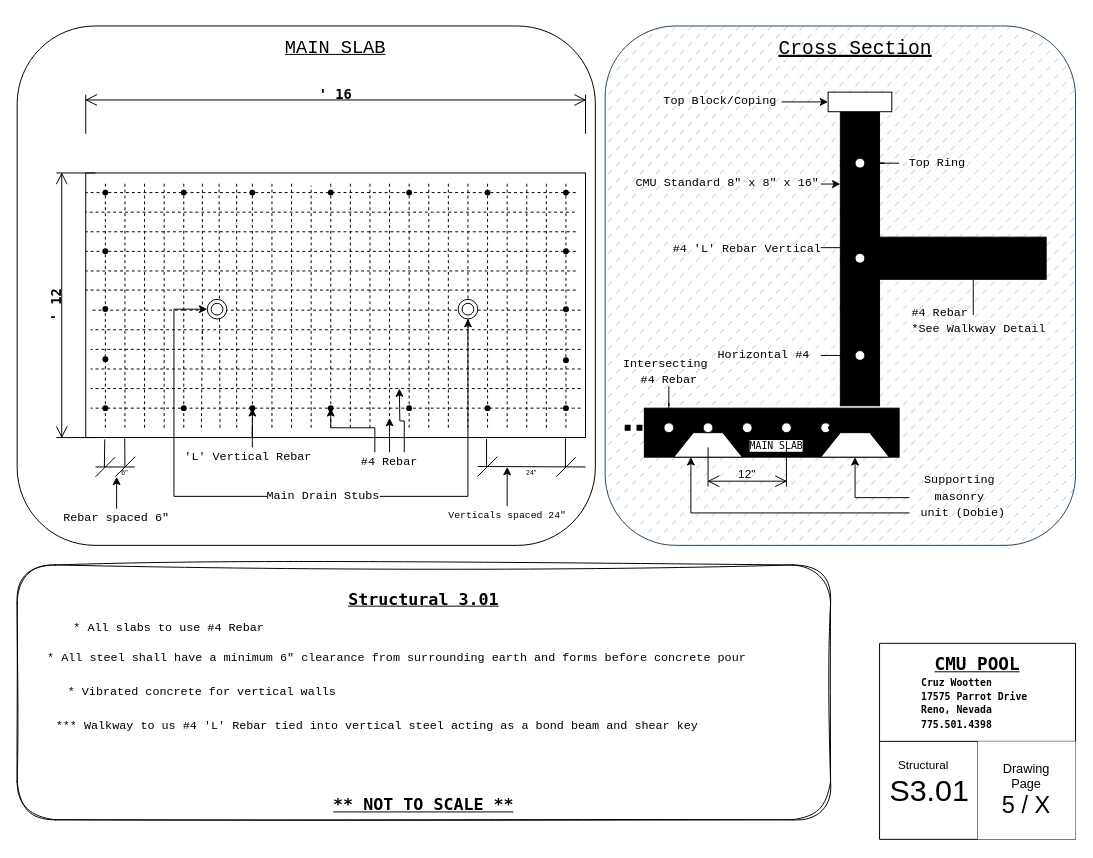
Before: S301.drawio in LilWikipedia/parrotpool, a draw.io diagram. Source tidied: cells renumbered, new cells numbered last; positions are measured from the earlier drawing's top-left corner, leaving out a move shared by most shapes. Both pictures are drawn from the tidied source at 98%, with x=0, y=0 at pixel (17, 25).
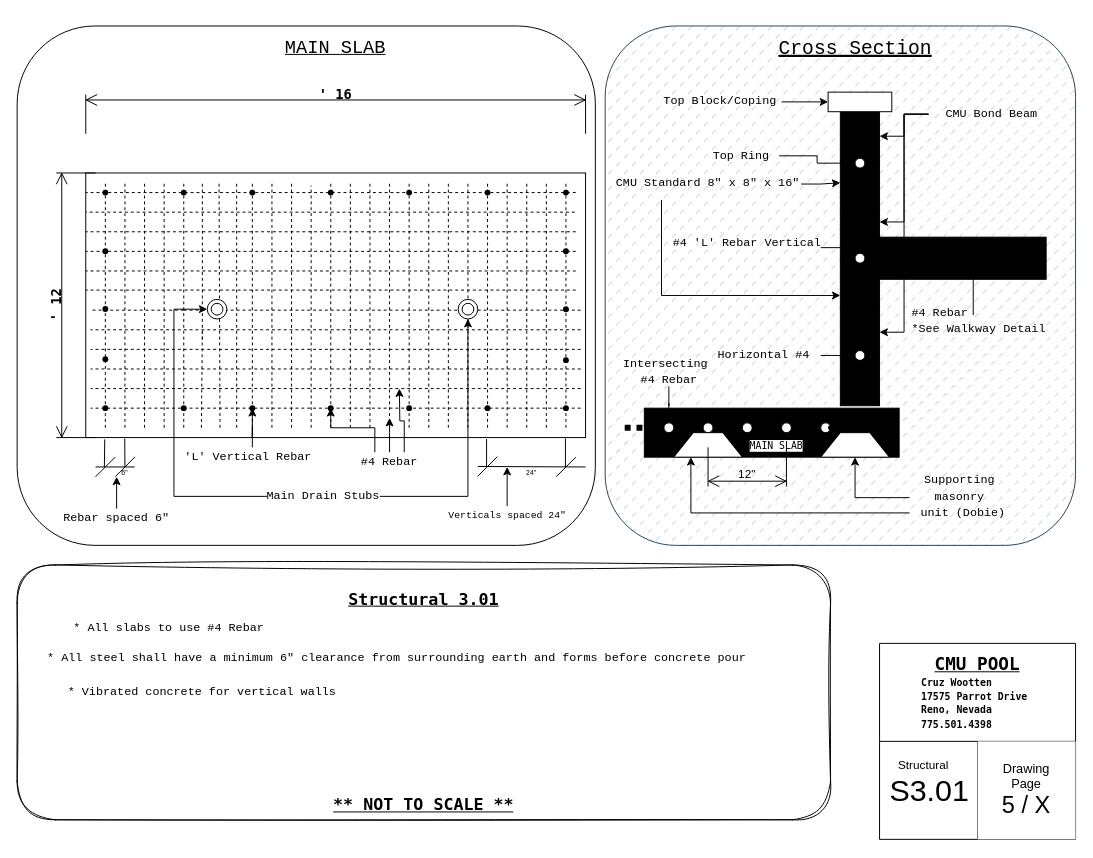
The same page after the edit.

The change refers to these unchanged cells:
```xml
<mxCell id="54" style="rounded=0;whiteSpace=wrap;html=1;fillStyle=cross-hatch;strokeColor=default;align=center;verticalAlign=middle;fontFamily=Helvetica;fontSize=12;fontColor=default;fillColor=light-dark(#FFFFFF,#AEAEAE);" parent="1" vertex="1">
  <mxGeometry x="840" y="87.5" width="40" height="50" as="geometry" />
</mxCell>
<mxCell id="56" style="rounded=0;whiteSpace=wrap;html=1;fillStyle=cross-hatch;strokeColor=default;align=center;verticalAlign=middle;fontFamily=Helvetica;fontSize=12;fontColor=default;fillColor=light-dark(#FFFFFF,#AEAEAE);" parent="1" vertex="1">
  <mxGeometry x="840" y="187.5" width="40" height="50" as="geometry" />
</mxCell>
<mxCell id="57" style="rounded=0;whiteSpace=wrap;html=1;fillStyle=cross-hatch;strokeColor=default;align=center;verticalAlign=middle;fontFamily=Helvetica;fontSize=12;fontColor=default;fillColor=light-dark(#FFFFFF,#AEAEAE);" parent="1" vertex="1">
  <mxGeometry x="840" y="237.5" width="40" height="50" as="geometry" />
</mxCell>
<mxCell id="58" style="rounded=0;whiteSpace=wrap;html=1;fillStyle=cross-hatch;strokeColor=default;align=center;verticalAlign=middle;fontFamily=Helvetica;fontSize=12;fontColor=default;fillColor=light-dark(#FFFFFF,#AEAEAE);" parent="1" vertex="1">
  <mxGeometry x="840" y="287.5" width="40" height="50" as="geometry" />
</mxCell>
<mxCell id="83" style="ellipse;whiteSpace=wrap;html=1;" parent="1" vertex="1">
  <mxGeometry x="855" y="135" width="10" height="10" as="geometry" />
</mxCell>
```

The edit, as a diff of the source:
```diff
@@
+    <mxCell id="154" style="edgeStyle=orthogonalEdgeStyle;rounded=0;jettySize=auto;html=1;exitX=0.25;exitY=1;exitDx=0;exitDy=0;entryX=0;entryY=0.75;entryDx=0;entryDy=0;" parent="1" edge="1" source="64" target="57">
+      <mxGeometry relative="1" as="geometry" />
+    </mxCell>
     <mxCell id="64" value="&lt;pre&gt;CMU Standard 8&quot; x 8&quot; x 16&quot;&lt;/pre&gt;" style="text;html=1;align=center;verticalAlign=middle;whiteSpace=wrap;rounded=0;strokeColor=none;" parent="1" vertex="1">
-      <mxGeometry x="630" y="145" width="190" height="32.5" as="geometry" />
+      <mxGeometry x="610" y="145" width="190" height="32.5" as="geometry" />
     </mxCell>
@@
-    <mxCell id="91" style="edgeStyle=orthogonalEdgeStyle;rounded=0;jettySize=auto;html=1;entryX=1;entryY=0.5;entryDx=0;entryDy=0;" parent="1" edge="1" source="92" target="83">
+    <mxCell id="91" style="edgeStyle=orthogonalEdgeStyle;rounded=0;jettySize=auto;html=1;entryX=0;entryY=0.5;entryDx=0;entryDy=0;" parent="1" edge="1" source="92" target="83">
       <mxGeometry relative="1" as="geometry" />
     </mxCell>
     <mxCell id="92" value="&lt;div style=&quot;line-height: 40%;&quot;&gt;&lt;pre&gt;Top Ring&lt;/pre&gt;&lt;/div&gt;" style="text;html=1;align=center;verticalAlign=middle;whiteSpace=wrap;rounded=0;strokeColor=none;" parent="1" vertex="1">
-      <mxGeometry x="900" y="122.5" width="77.5" height="35" as="geometry" />
+      <mxGeometry x="700" y="115" width="77.5" height="35" as="geometry" />
     </mxCell>
@@
     <mxCell id="94" value="&lt;div style=&quot;line-height: 40%;&quot;&gt;&lt;pre&gt;#4 'L' Rebar Vertical&lt;br&gt;&lt;/pre&gt;&lt;/div&gt;" style="text;html=1;align=center;verticalAlign=middle;whiteSpace=wrap;rounded=0;strokeColor=none;" parent="1" vertex="1">
-      <mxGeometry x="670" y="217.5" width="150" height="20" as="geometry" />
+      <mxGeometry x="670" y="212" width="150" height="20" as="geometry" />
     </mxCell>
@@
-    <mxCell id="107" value="&lt;pre&gt;*** Walkway to us #4 'L' Rebar tied into vertical steel acting as a bond beam and shear key&lt;/pre&gt;" style="text;html=1;align=center;verticalAlign=middle;whiteSpace=wrap;rounded=0;strokeColor=none;" parent="1" vertex="1">
+    <mxCell id="107" value="&lt;pre&gt;&lt;br&gt;&lt;/pre&gt;" style="text;html=1;align=center;verticalAlign=middle;whiteSpace=wrap;rounded=0;strokeColor=none;" parent="1" vertex="1">
       <mxGeometry x="35" y="690" width="665" height="50" as="geometry" />
     </mxCell>
@@
+    <mxCell id="155" style="edgeStyle=orthogonalEdgeStyle;rounded=0;jettySize=auto;html=1;entryX=1;entryY=0.5;entryDx=0;entryDy=0;" parent="1" edge="1" source="158" target="54">
+      <mxGeometry relative="1" as="geometry" />
+    </mxCell>
+    <mxCell id="156" style="edgeStyle=orthogonalEdgeStyle;rounded=0;jettySize=auto;html=1;entryX=1;entryY=0.25;entryDx=0;entryDy=0;" parent="1" edge="1" source="158" target="56">
+      <mxGeometry relative="1" as="geometry" />
+    </mxCell>
+    <mxCell id="157" style="edgeStyle=orthogonalEdgeStyle;rounded=0;jettySize=auto;html=1;entryX=1;entryY=0.5;entryDx=0;entryDy=0;" parent="1" edge="1" source="158" target="58">
+      <mxGeometry relative="1" as="geometry" />
+    </mxCell>
+    <mxCell id="158" value="&lt;div style=&quot;line-height: 40%;&quot;&gt;&lt;pre&gt;CMU Bond Beam&lt;/pre&gt;&lt;/div&gt;" style="text;html=1;align=center;verticalAlign=middle;whiteSpace=wrap;rounded=0;strokeColor=none;" parent="1" vertex="1">
+      <mxGeometry x="930" y="72.5" width="128.8" height="35" as="geometry" />
+    </mxCell>
```
